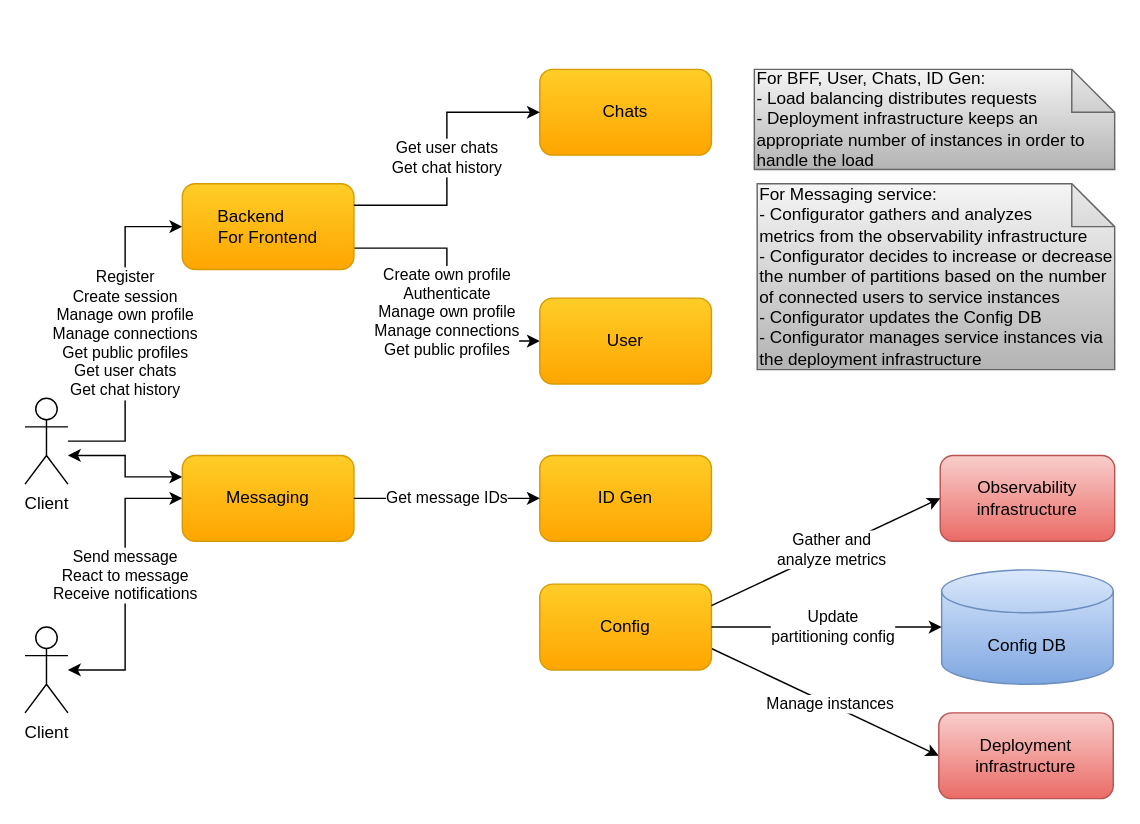
This is docs/diagrams/cecochat-deployment.drawio from cvetomir-todorov/CecoChat, a draw.io file, before an edit. Source tidied: cells renumbered, new cells numbered last; positions are measured from the earlier drawing's top-left corner, leaving out a move shared by most shapes. Both pictures are drawn from the tidied source at 143%, with x=0, y=0 at pixel (24, 69).
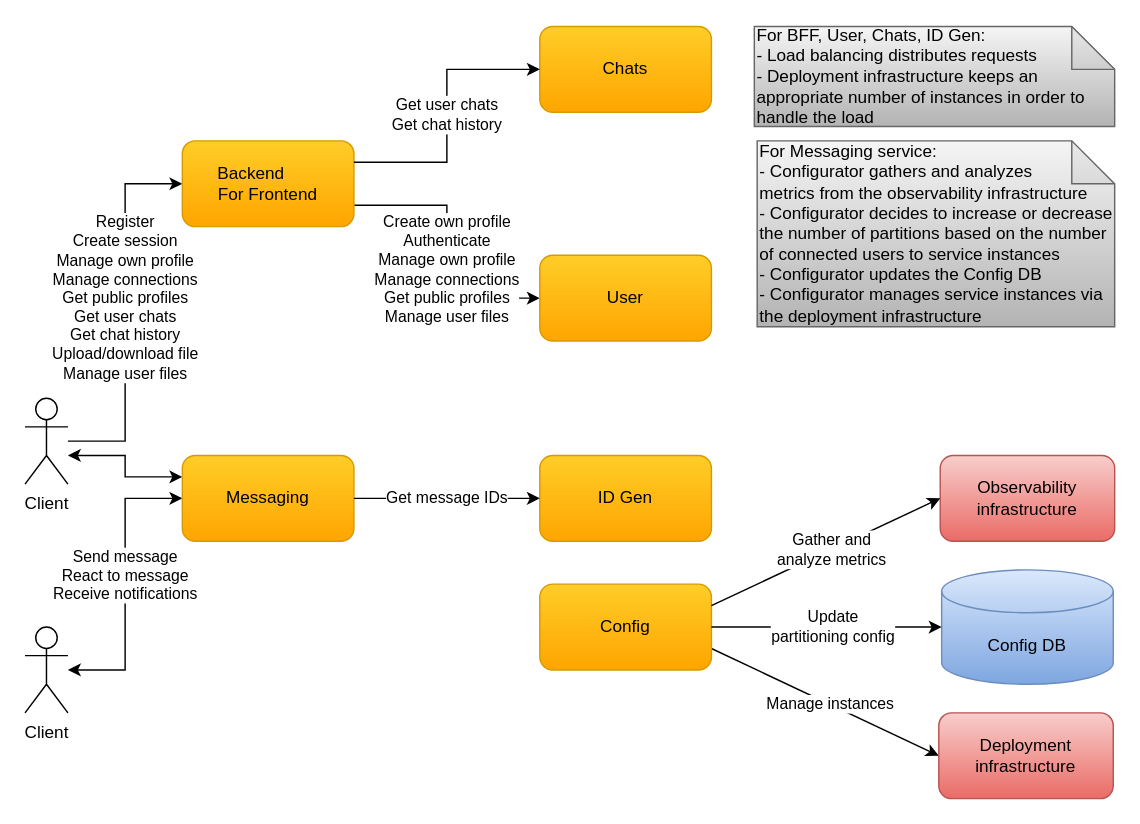
After the change.

The change refers to these unchanged cells:
```xml
<mxCell id="7" value="Client" style="shape=umlActor;verticalLabelPosition=bottom;verticalAlign=top;html=1;outlineConnect=0;" parent="1" vertex="1">
  <mxGeometry y="230" width="30" height="60" as="geometry" />
</mxCell>
<mxCell id="10" value="&lt;font style=&quot;font-size: 12px&quot;&gt;Messaging&lt;/font&gt;" style="rounded=1;whiteSpace=wrap;html=1;gradientColor=#ffa500;fillColor=#ffcd28;strokeColor=#d79b00;" parent="1" vertex="1">
  <mxGeometry x="110" y="270" width="120" height="60" as="geometry" />
</mxCell>
```

Change to the diagram source:
```diff
@@
     <mxCell id="4" value="&lt;div&gt;&lt;span&gt;For Messaging&amp;nbsp;&lt;/span&gt;&lt;span&gt;service:&lt;/span&gt;&lt;/div&gt;&lt;div&gt;&lt;span&gt;- Configurator gathers and analyzes&lt;/span&gt;&lt;/div&gt;&lt;div&gt;&lt;span style=&quot;background-color: initial;&quot;&gt;metrics from the observability infrastructure&lt;/span&gt;&lt;/div&gt;&lt;div&gt;&lt;span style=&quot;background-color: initial;&quot;&gt;- Configurator decides to increase or decrease the number of partitions based on the number of connected users to service instances&lt;/span&gt;&lt;br&gt;&lt;/div&gt;&lt;div&gt;&lt;span style=&quot;background-color: initial;&quot;&gt;- Configurator updates the Config DB&lt;/span&gt;&lt;/div&gt;&lt;div&gt;&lt;span&gt;- Configurator manages service instances via the deployment infrastructure&lt;/span&gt;&lt;/div&gt;" style="shape=note;whiteSpace=wrap;html=1;backgroundOutline=1;darkOpacity=0.05;align=left;gradientColor=#b3b3b3;fillColor=#f5f5f5;strokeColor=#666666;" parent="1" vertex="1">
-      <mxGeometry x="512" y="80" width="250" height="130" as="geometry" />
+      <mxGeometry x="512" y="50" width="250" height="130" as="geometry" />
     </mxCell>
-    <mxCell id="5" value="Register&lt;br style=&quot;border-color: var(--border-color);&quot;&gt;Create session&lt;br style=&quot;border-color: var(--border-color);&quot;&gt;Manage own&amp;nbsp;profile&lt;br style=&quot;border-color: var(--border-color);&quot;&gt;Manage connections&lt;br style=&quot;border-color: var(--border-color);&quot;&gt;Get public profiles&lt;br style=&quot;border-color: var(--border-color);&quot;&gt;Get user chats&lt;br style=&quot;border-color: var(--border-color);&quot;&gt;Get chat history" style="edgeStyle=orthogonalEdgeStyle;rounded=0;jettySize=auto;html=1;entryX=0;entryY=0.5;entryDx=0;entryDy=0;" parent="1" edge="1" source="7" target="15">
-      <mxGeometry relative="1" as="geometry" />
+    <mxCell id="5" value="Register&lt;br style=&quot;border-color: var(--border-color);&quot;&gt;Create session&lt;br style=&quot;border-color: var(--border-color);&quot;&gt;Manage own&amp;nbsp;profile&lt;br style=&quot;border-color: var(--border-color);&quot;&gt;Manage connections&lt;br style=&quot;border-color: var(--border-color);&quot;&gt;Get public profiles&lt;br style=&quot;border-color: var(--border-color);&quot;&gt;Get user chats&lt;br style=&quot;border-color: var(--border-color);&quot;&gt;Get chat history&lt;br style=&quot;border-color: var(--border-color);&quot;&gt;Upload/download file&lt;br style=&quot;border-color: var(--border-color);&quot;&gt;Manage user files" style="edgeStyle=orthogonalEdgeStyle;rounded=0;jettySize=auto;html=1;entryX=0;entryY=0.5;entryDx=0;entryDy=0;" parent="1" edge="1" source="7" target="15">
+      <mxGeometry x="0.08" relative="1" as="geometry" />
     </mxCell>
-    <mxCell id="6" style="edgeStyle=orthogonalEdgeStyle;rounded=0;jettySize=auto;html=1;entryX=0;entryY=0.25;entryDx=0;entryDy=0;startArrow=classic;startFill=1;" parent="1" edge="1" source="7" target="10">
+    <mxCell id="6" style="edgeStyle=orthogonalEdgeStyle;rounded=0;jettySize=auto;html=1;entryX=0;entryY=0.25;entryDx=0;entryDy=0;startArrow=classic;startFill=1;" parent="1" edge="1" target="10">
       <mxGeometry relative="1" as="geometry">
+        <mxPoint x="30" y="270" as="sourcePoint" />
         <Array as="points">
           <mxPoint x="70" y="270" />
           <mxPoint x="70" y="285" />
         </Array>
       </mxGeometry>
     </mxCell>
@@
-    <mxCell id="14" value="Create own profile&lt;br style=&quot;border-color: var(--border-color);&quot;&gt;Authenticate&lt;br style=&quot;border-color: var(--border-color);&quot;&gt;Manage own profile&lt;br style=&quot;border-color: var(--border-color);&quot;&gt;Manage connections&lt;br style=&quot;border-color: var(--border-color);&quot;&gt;Get public profiles" style="rounded=0;jettySize=auto;html=1;entryX=0;entryY=0.5;entryDx=0;entryDy=0;edgeStyle=orthogonalEdgeStyle;exitX=1;exitY=0.75;exitDx=0;exitDy=0;" parent="1" edge="1" source="15" target="19">
+    <mxCell id="14" value="Create own profile&lt;br style=&quot;border-color: var(--border-color);&quot;&gt;Authenticate&lt;br style=&quot;border-color: var(--border-color);&quot;&gt;Manage own profile&lt;br style=&quot;border-color: var(--border-color);&quot;&gt;Manage connections&lt;br style=&quot;border-color: var(--border-color);&quot;&gt;Get public profiles&lt;br style=&quot;border-color: var(--border-color);&quot;&gt;Manage user files" style="rounded=0;jettySize=auto;html=1;entryX=0;entryY=0.5;entryDx=0;entryDy=0;edgeStyle=orthogonalEdgeStyle;exitX=1;exitY=0.75;exitDx=0;exitDy=0;" parent="1" edge="1" source="15" target="19">
       <mxGeometry x="0.13" relative="1" as="geometry" />
     </mxCell>
     <mxCell id="15" value="&lt;font style=&quot;font-size: 12px&quot;&gt;Backend&amp;nbsp; &amp;nbsp; &amp;nbsp; &amp;nbsp;&lt;br&gt;For Frontend&lt;/font&gt;" style="rounded=1;whiteSpace=wrap;html=1;gradientColor=#ffa500;fillColor=#ffcd28;strokeColor=#d79b00;" parent="1" vertex="1">
-      <mxGeometry x="110" y="80" width="120" height="60" as="geometry" />
+      <mxGeometry x="110" y="50" width="120" height="60" as="geometry" />
     </mxCell>
     <mxCell id="16" value="&lt;font style=&quot;font-size: 12px&quot;&gt;Chats&lt;/font&gt;" style="rounded=1;whiteSpace=wrap;html=1;gradientColor=#ffa500;fillColor=#ffcd28;strokeColor=#d79b00;" parent="1" vertex="1">
-      <mxGeometry x="360" width="120" height="60" as="geometry" />
+      <mxGeometry x="360" y="-30" width="120" height="60" as="geometry" />
     </mxCell>
@@
     <mxCell id="18" value="&lt;div&gt;&lt;span&gt;For BFF, User, Chats,&amp;nbsp;&lt;/span&gt;&lt;span&gt;ID Gen:&lt;/span&gt;&lt;/div&gt;&lt;div&gt;- Load balancing distributes requests&lt;span&gt;&lt;br&gt;&lt;/span&gt;&lt;/div&gt;&lt;div&gt;&lt;span&gt;- Deployment infrastructure keeps an appropriate number of instances in order to handle the load&lt;/span&gt;&lt;/div&gt;" style="shape=note;whiteSpace=wrap;html=1;backgroundOutline=1;darkOpacity=0.05;align=left;gradientColor=#b3b3b3;fillColor=#f5f5f5;strokeColor=#666666;" parent="1" vertex="1">
-      <mxGeometry x="510" width="252" height="70" as="geometry" />
+      <mxGeometry x="510" y="-30" width="252" height="70" as="geometry" />
     </mxCell>
     <mxCell id="19" value="&lt;font style=&quot;font-size: 12px&quot;&gt;User&lt;/font&gt;" style="rounded=1;whiteSpace=wrap;html=1;gradientColor=#ffa500;fillColor=#ffcd28;strokeColor=#d79b00;" parent="1" vertex="1">
-      <mxGeometry x="360" y="160" width="120" height="60" as="geometry" />
+      <mxGeometry x="360" y="130" width="120" height="60" as="geometry" />
     </mxCell>
```
